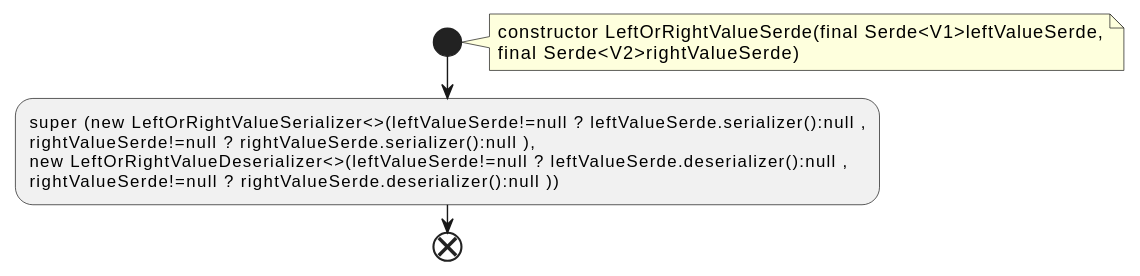
The PlantUML diagram docs/qc/streams/src/main/java/org/apache/kafka/streams/state/internals/LeftOrRightValueSerde.java.fct.svg in qualitesys/kafka, before a commit. Its diagram source:
```plantuml
@startuml
!pragma layout smetana
start
note right
constructor LeftOrRightValueSerde(final Serde<V1>leftValueSerde,
final Serde<V2>rightValueSerde)
end note
:super (new LeftOrRightValueSerializer<>(leftValueSerde!=null ? leftValueSerde.serializer():null ,
rightValueSerde!=null ? rightValueSerde.serializer():null ),
new LeftOrRightValueDeserializer<>(leftValueSerde!=null ? leftValueSerde.deserializer():null ,
rightValueSerde!=null ? rightValueSerde.deserializer():null ));
end
@enduml
```
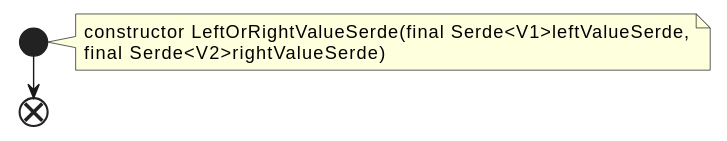
After the change.

What changed in the source:
```diff
@@ -5,9 +5,5 @@
 constructor LeftOrRightValueSerde(final Serde<V1>leftValueSerde,
 final Serde<V2>rightValueSerde)
 end note
-:super (new LeftOrRightValueSerializer<>(leftValueSerde!=null ? leftValueSerde.serializer():null ,
-rightValueSerde!=null ? rightValueSerde.serializer():null ),
-new LeftOrRightValueDeserializer<>(leftValueSerde!=null ? leftValueSerde.deserializer():null ,
-rightValueSerde!=null ? rightValueSerde.deserializer():null ));
 end
 @enduml
```
